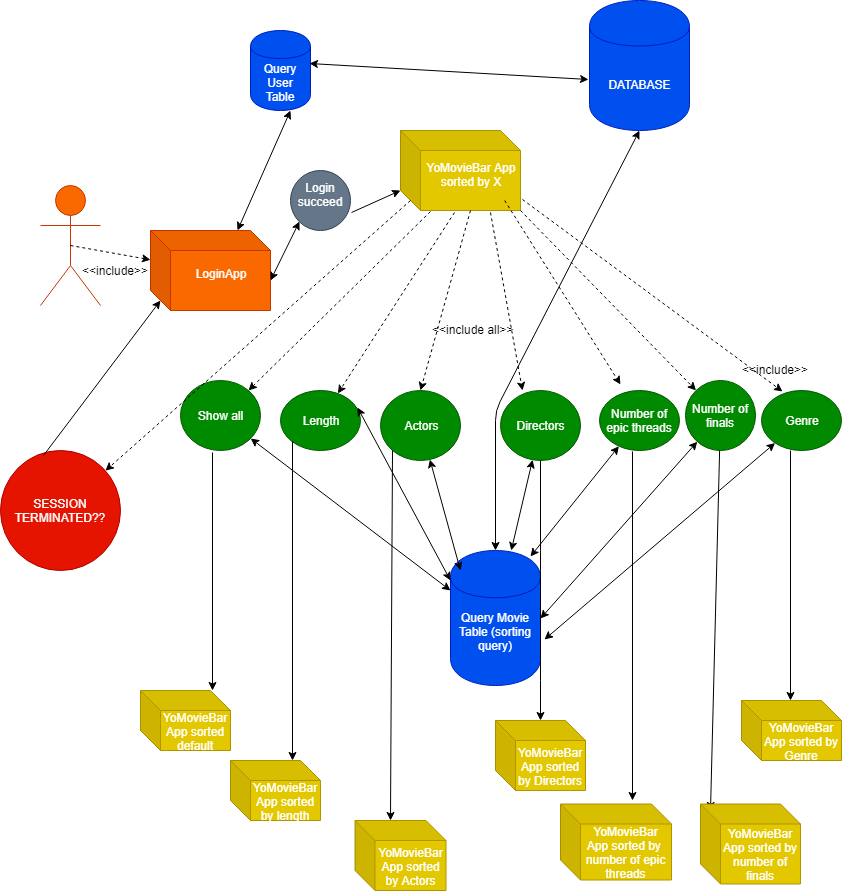
MarianCodrinCretu/Tehnologii-Web keeps this draw.io diagram as T2/UseCase/NavBarUseCase.png. Above is the earlier version. Source tidied: cells renumbered, new cells last; positions are measured from the earlier drawing's top-left corner, leaving out a move shared by most shapes. Its diagram source:
```xml
<mxGraphModel>
  <root>
    <mxCell id="0" />
    <mxCell id="1" parent="0" />
    <mxCell id="2" value="Actor" style="shape=umlActor;verticalLabelPosition=bottom;labelBackgroundColor=#ffffff;verticalAlign=top;html=1;outlineConnect=0;fillColor=#fa6800;strokeColor=#C73500;fontColor=#ffffff;" parent="1" vertex="1">
      <mxGeometry x="40" y="185" width="60" height="120" as="geometry" />
    </mxCell>
    <mxCell id="3" style="endArrow=classic;html=1;dashed=1;exitX=0.5;exitY=0.5;exitDx=0;exitDy=0;exitPerimeter=0;" parent="1" edge="1" source="2" target="4">
      <mxGeometry relative="1" as="geometry" />
    </mxCell>
    <mxCell id="4" value="LoginApp&lt;br&gt;&lt;br&gt;" style="shape=cube;whiteSpace=wrap;html=1;boundedLbl=1;backgroundOutline=1;darkOpacity=0.05;darkOpacity2=0.1;fillColor=#fa6800;strokeColor=#C73500;fontColor=#ffffff;" parent="1" vertex="1">
      <mxGeometry x="150" y="230" width="120" height="80" as="geometry" />
    </mxCell>
    <mxCell id="5" value="&amp;lt;&amp;lt;include&amp;gt;&amp;gt;&lt;br&gt;&lt;br&gt;" style="text;html=1;align=left;verticalAlign=top;spacingTop=-4;" parent="1" vertex="1">
      <mxGeometry x="80" y="261" width="80" height="30" as="geometry" />
    </mxCell>
    <mxCell id="6" value="Login succeed&lt;br&gt;&lt;br&gt;" style="ellipse;whiteSpace=wrap;html=1;fillColor=#647687;strokeColor=#314354;fontColor=#ffffff;" parent="1" vertex="1">
      <mxGeometry x="290" y="170" width="60" height="60" as="geometry" />
    </mxCell>
    <mxCell id="7" style="endArrow=classic;startArrow=classic;html=1;exitX=0;exitY=0;exitDx=120;exitDy=50;exitPerimeter=0;entryX=0;entryY=1;entryDx=0;entryDy=0;" parent="1" edge="1" source="4" target="6">
      <mxGeometry relative="1" as="geometry" />
    </mxCell>
    <mxCell id="8" style="endArrow=classic;html=1;entryX=0;entryY=0;entryDx=0;entryDy=60;entryPerimeter=0;exitX=1.015;exitY=0.706;exitDx=0;exitDy=0;exitPerimeter=0;" parent="1" edge="1" source="6" target="13">
      <mxGeometry relative="1" as="geometry" />
    </mxCell>
    <mxCell id="9" value="Query User Table" style="shape=cylinder;whiteSpace=wrap;html=1;boundedLbl=1;backgroundOutline=1;fillColor=#0050ef;strokeColor=#001DBC;fontColor=#ffffff;" parent="1" vertex="1">
      <mxGeometry x="250" y="30" width="60" height="80" as="geometry" />
    </mxCell>
    <mxCell id="10" style="endArrow=classic;startArrow=classic;html=1;" parent="1" edge="1">
      <mxGeometry relative="1" as="geometry">
        <mxPoint x="237" y="230" as="sourcePoint" />
        <mxPoint x="290" y="110" as="targetPoint" />
      </mxGeometry>
    </mxCell>
    <mxCell id="11" style="endArrow=classic;startArrow=classic;html=1;exitX=0.991;exitY=0.416;exitDx=0;exitDy=0;exitPerimeter=0;entryX=-0.01;entryY=0.61;entryDx=0;entryDy=0;entryPerimeter=0;" parent="1" edge="1" source="9" target="12">
      <mxGeometry relative="1" as="geometry" />
    </mxCell>
    <mxCell id="12" value="DATABASE" style="shape=cylinder;whiteSpace=wrap;html=1;boundedLbl=1;backgroundOutline=1;fillColor=#0050ef;strokeColor=#001DBC;fontColor=#ffffff;" parent="1" vertex="1">
      <mxGeometry x="589" width="100" height="130" as="geometry" />
    </mxCell>
    <mxCell id="13" value="YoMovieBar App&lt;br&gt;sorted by X&lt;br&gt;&lt;br&gt;" style="shape=cube;whiteSpace=wrap;html=1;boundedLbl=1;backgroundOutline=1;darkOpacity=0.05;darkOpacity2=0.1;fillColor=#e3c800;strokeColor=#B09500;fontColor=#ffffff;" parent="1" vertex="1">
      <mxGeometry x="400" y="130" width="120" height="80" as="geometry" />
    </mxCell>
    <mxCell id="14" value="Length" style="ellipse;whiteSpace=wrap;html=1;fillColor=#008a00;strokeColor=#005700;fontColor=#ffffff;" parent="1" vertex="1">
      <mxGeometry x="280" y="390" width="80" height="60" as="geometry" />
    </mxCell>
    <mxCell id="15" value="Actors" style="ellipse;whiteSpace=wrap;html=1;fillColor=#008a00;strokeColor=#005700;fontColor=#ffffff;" parent="1" vertex="1">
      <mxGeometry x="380" y="390" width="80" height="70" as="geometry" />
    </mxCell>
    <mxCell id="16" value="Directors" style="ellipse;whiteSpace=wrap;html=1;fillColor=#008a00;strokeColor=#005700;fontColor=#ffffff;" parent="1" vertex="1">
      <mxGeometry x="500" y="390" width="80" height="70" as="geometry" />
    </mxCell>
    <mxCell id="17" value="Number of epic threads" style="ellipse;whiteSpace=wrap;html=1;fillColor=#008a00;strokeColor=#005700;fontColor=#ffffff;" parent="1" vertex="1">
      <mxGeometry x="599" y="390" width="80" height="60" as="geometry" />
    </mxCell>
    <mxCell id="18" value="Number of finals" style="ellipse;whiteSpace=wrap;html=1;fillColor=#008a00;strokeColor=#005700;fontColor=#ffffff;" parent="1" vertex="1">
      <mxGeometry x="685" y="380" width="70" height="70" as="geometry" />
    </mxCell>
    <mxCell id="19" value="Genre" style="ellipse;whiteSpace=wrap;html=1;fillColor=#008a00;strokeColor=#005700;fontColor=#ffffff;" parent="1" vertex="1">
      <mxGeometry x="761" y="390" width="80" height="60" as="geometry" />
    </mxCell>
    <mxCell id="20" value="Show all" style="ellipse;whiteSpace=wrap;html=1;fillColor=#008a00;strokeColor=#005700;fontColor=#ffffff;" parent="1" vertex="1">
      <mxGeometry x="180" y="380" width="80" height="70" as="geometry" />
    </mxCell>
    <mxCell id="21" value="Query Movie Table (sorting query)&lt;br&gt;&lt;br&gt;" style="shape=cylinder;whiteSpace=wrap;html=1;boundedLbl=1;backgroundOutline=1;fillColor=#0050ef;strokeColor=#001DBC;fontColor=#ffffff;" parent="1" vertex="1">
      <mxGeometry x="450" y="550" width="90" height="135" as="geometry" />
    </mxCell>
    <mxCell id="22" style="endArrow=classic;html=1;exitX=0.252;exitY=1.011;exitDx=0;exitDy=0;exitPerimeter=0;entryX=1;entryY=0;entryDx=0;entryDy=0;dashed=1;" parent="1" edge="1" source="13" target="20">
      <mxGeometry relative="1" as="geometry" />
    </mxCell>
    <mxCell id="23" style="endArrow=classic;html=1;exitX=0.452;exitY=1.03;exitDx=0;exitDy=0;exitPerimeter=0;dashed=1;" parent="1" edge="1" source="13" target="14">
      <mxGeometry relative="1" as="geometry" />
    </mxCell>
    <mxCell id="24" style="endArrow=classic;html=1;exitX=0;exitY=0;exitDx=70;exitDy=80;exitPerimeter=0;entryX=0.5;entryY=0;entryDx=0;entryDy=0;dashed=1;" parent="1" edge="1" source="13" target="15">
      <mxGeometry relative="1" as="geometry" />
    </mxCell>
    <mxCell id="25" style="endArrow=classic;html=1;exitX=0.748;exitY=1.02;exitDx=0;exitDy=0;exitPerimeter=0;entryX=0.277;entryY=-0.005;entryDx=0;entryDy=0;entryPerimeter=0;dashed=1;" parent="1" edge="1" source="13" target="16">
      <mxGeometry relative="1" as="geometry" />
    </mxCell>
    <mxCell id="26" style="endArrow=classic;html=1;entryX=0.261;entryY=0.068;entryDx=0;entryDy=0;entryPerimeter=0;dashed=1;" parent="1" edge="1">
      <mxGeometry relative="1" as="geometry">
        <mxPoint x="504.2" y="200" as="sourcePoint" />
        <mxPoint x="620" y="384" as="targetPoint" />
      </mxGeometry>
    </mxCell>
    <mxCell id="27" style="endArrow=classic;html=1;exitX=1;exitY=1;exitDx=0;exitDy=0;exitPerimeter=0;dashed=1;" parent="1" edge="1" source="13" target="18">
      <mxGeometry relative="1" as="geometry" />
    </mxCell>
    <mxCell id="28" style="endArrow=classic;html=1;exitX=1.015;exitY=0.857;exitDx=0;exitDy=0;exitPerimeter=0;entryX=0.264;entryY=0.023;entryDx=0;entryDy=0;entryPerimeter=0;dashed=1;" parent="1" edge="1" source="13" target="19">
      <mxGeometry relative="1" as="geometry" />
    </mxCell>
    <mxCell id="29" style="endArrow=classic;startArrow=classic;html=1;exitX=0.5;exitY=1;exitDx=0;exitDy=0;" parent="1" edge="1" source="12" target="21">
      <mxGeometry relative="1" as="geometry">
        <Array as="points">
          <mxPoint x="495" y="410" />
        </Array>
      </mxGeometry>
    </mxCell>
    <mxCell id="30" value="&amp;lt;&amp;lt;include all&amp;gt;&amp;gt;" style="text;html=1;align=left;verticalAlign=top;spacingTop=-4;" parent="1" vertex="1">
      <mxGeometry x="430" y="320" width="100" height="20" as="geometry" />
    </mxCell>
    <mxCell id="31" value="&amp;lt;&amp;lt;include&amp;gt;&amp;gt;" style="text;html=1;align=left;verticalAlign=top;spacingTop=-4;" parent="1" vertex="1">
      <mxGeometry x="740" y="360" width="80" height="20" as="geometry" />
    </mxCell>
    <mxCell id="32" style="endArrow=classic;html=1;dashed=1;exitX=0;exitY=0;exitDx=10;exitDy=70;exitPerimeter=0;" parent="1" edge="1" source="13" target="33">
      <mxGeometry relative="1" as="geometry" />
    </mxCell>
    <mxCell id="33" value="SESSION TERMINATED??" style="ellipse;whiteSpace=wrap;html=1;fillColor=#e51400;strokeColor=#B20000;fontColor=#ffffff;" parent="1" vertex="1">
      <mxGeometry y="450" width="120" height="120" as="geometry" />
    </mxCell>
    <mxCell id="34" style="endArrow=classic;html=1;exitX=0.355;exitY=0.038;exitDx=0;exitDy=0;exitPerimeter=0;entryX=0;entryY=0;entryDx=10;entryDy=70;entryPerimeter=0;" parent="1" edge="1" source="33" target="4">
      <mxGeometry relative="1" as="geometry" />
    </mxCell>
    <mxCell id="35" style="endArrow=classic;startArrow=classic;html=1;" parent="1" edge="1" source="20">
      <mxGeometry relative="1" as="geometry">
        <mxPoint x="450" y="590" as="targetPoint" />
      </mxGeometry>
    </mxCell>
    <mxCell id="36" style="endArrow=classic;startArrow=classic;html=1;exitX=0.968;exitY=0.288;exitDx=0;exitDy=0;exitPerimeter=0;" parent="1" edge="1" source="14">
      <mxGeometry relative="1" as="geometry">
        <mxPoint x="450" y="580" as="targetPoint" />
      </mxGeometry>
    </mxCell>
    <mxCell id="37" style="endArrow=classic;startArrow=classic;html=1;" parent="1" edge="1" source="15">
      <mxGeometry relative="1" as="geometry">
        <mxPoint x="460" y="570" as="targetPoint" />
      </mxGeometry>
    </mxCell>
    <mxCell id="38" style="endArrow=classic;startArrow=classic;html=1;" parent="1" edge="1" source="16" target="21">
      <mxGeometry relative="1" as="geometry" />
    </mxCell>
    <mxCell id="39" style="endArrow=classic;startArrow=classic;html=1;entryX=0.889;entryY=0.043;entryDx=0;entryDy=0;entryPerimeter=0;" parent="1" edge="1" source="17" target="21">
      <mxGeometry relative="1" as="geometry" />
    </mxCell>
    <mxCell id="40" style="endArrow=classic;startArrow=classic;html=1;entryX=1;entryY=0.5;entryDx=0;entryDy=0;" parent="1" edge="1" source="18" target="21">
      <mxGeometry relative="1" as="geometry" />
    </mxCell>
    <mxCell id="41" style="endArrow=classic;startArrow=classic;html=1;entryX=1.04;entryY=0.656;entryDx=0;entryDy=0;entryPerimeter=0;" parent="1" edge="1" source="19" target="21">
      <mxGeometry relative="1" as="geometry" />
    </mxCell>
    <mxCell id="42" style="endArrow=classic;html=1;exitX=0.4;exitY=1.023;exitDx=0;exitDy=0;exitPerimeter=0;" parent="1" edge="1" source="20">
      <mxGeometry relative="1" as="geometry">
        <mxPoint x="212" y="690" as="targetPoint" />
      </mxGeometry>
    </mxCell>
    <mxCell id="43" style="endArrow=classic;html=1;exitX=0;exitY=1;exitDx=0;exitDy=0;" parent="1" edge="1" source="14">
      <mxGeometry relative="1" as="geometry">
        <mxPoint x="292" y="760" as="targetPoint" />
      </mxGeometry>
    </mxCell>
    <mxCell id="44" style="endArrow=classic;html=1;exitX=0;exitY=1;exitDx=0;exitDy=0;entryX=0;entryY=0;entryDx=35.5;entryDy=0;entryPerimeter=0;" parent="1" edge="1" source="15" target="54">
      <mxGeometry relative="1" as="geometry" />
    </mxCell>
    <mxCell id="45" style="endArrow=classic;html=1;exitX=0.5;exitY=1;exitDx=0;exitDy=0;" parent="1" edge="1" source="16">
      <mxGeometry relative="1" as="geometry">
        <mxPoint x="540" y="720" as="targetPoint" />
        <Array as="points">
          <mxPoint x="540" y="560" />
          <mxPoint x="540" y="670" />
        </Array>
      </mxGeometry>
    </mxCell>
    <mxCell id="46" style="endArrow=classic;html=1;exitX=0.408;exitY=1.015;exitDx=0;exitDy=0;exitPerimeter=0;" parent="1" edge="1" source="17">
      <mxGeometry relative="1" as="geometry">
        <mxPoint x="632" y="800" as="targetPoint" />
      </mxGeometry>
    </mxCell>
    <mxCell id="47" style="endArrow=classic;html=1;" parent="1" edge="1" source="18">
      <mxGeometry relative="1" as="geometry">
        <mxPoint x="710" y="810" as="targetPoint" />
      </mxGeometry>
    </mxCell>
    <mxCell id="48" style="endArrow=classic;html=1;exitX=0.363;exitY=1;exitDx=0;exitDy=0;exitPerimeter=0;" parent="1" edge="1" source="19">
      <mxGeometry relative="1" as="geometry">
        <mxPoint x="790" y="700" as="targetPoint" />
      </mxGeometry>
    </mxCell>
    <mxCell id="49" value="YoMovieBar App sorted default" style="shape=cube;whiteSpace=wrap;html=1;boundedLbl=1;backgroundOutline=1;darkOpacity=0.05;darkOpacity2=0.1;fillColor=#e3c800;strokeColor=#B09500;fontColor=#ffffff;" parent="1" vertex="1">
      <mxGeometry x="140" y="690" width="90" height="60" as="geometry" />
    </mxCell>
    <mxCell id="50" value="&lt;span&gt;YoMovieBar App sorted by number of finals&lt;/span&gt;" style="shape=cube;whiteSpace=wrap;html=1;boundedLbl=1;backgroundOutline=1;darkOpacity=0.05;darkOpacity2=0.1;fillColor=#e3c800;strokeColor=#B09500;fontColor=#ffffff;" parent="1" vertex="1">
      <mxGeometry x="700" y="803.5" width="100" height="80" as="geometry" />
    </mxCell>
    <mxCell id="51" value="&lt;span&gt;YoMovieBar App sorted by length&lt;/span&gt;" style="shape=cube;whiteSpace=wrap;html=1;boundedLbl=1;backgroundOutline=1;darkOpacity=0.05;darkOpacity2=0.1;fillColor=#e3c800;strokeColor=#B09500;fontColor=#ffffff;" parent="1" vertex="1">
      <mxGeometry x="230" y="760" width="90" height="60" as="geometry" />
    </mxCell>
    <mxCell id="52" value="&lt;span&gt;YoMovieBar App sorted by&amp;nbsp; number of epic threads&lt;/span&gt;" style="shape=cube;whiteSpace=wrap;html=1;boundedLbl=1;backgroundOutline=1;darkOpacity=0.05;darkOpacity2=0.1;fillColor=#e3c800;strokeColor=#B09500;fontColor=#ffffff;" parent="1" vertex="1">
      <mxGeometry x="560" y="803.5" width="111" height="76" as="geometry" />
    </mxCell>
    <mxCell id="53" value="&lt;span&gt;YoMovieBar App sorted by Directors&lt;/span&gt;" style="shape=cube;whiteSpace=wrap;html=1;boundedLbl=1;backgroundOutline=1;darkOpacity=0.05;darkOpacity2=0.1;fillColor=#e3c800;strokeColor=#B09500;fontColor=#ffffff;" parent="1" vertex="1">
      <mxGeometry x="495" y="720" width="90" height="70" as="geometry" />
    </mxCell>
    <mxCell id="54" value="&lt;span&gt;YoMovieBar App sorted by Actors&lt;/span&gt;" style="shape=cube;whiteSpace=wrap;html=1;boundedLbl=1;backgroundOutline=1;darkOpacity=0.05;darkOpacity2=0.1;fillColor=#e3c800;strokeColor=#B09500;fontColor=#ffffff;" parent="1" vertex="1">
      <mxGeometry x="354.5" y="820" width="91" height="70" as="geometry" />
    </mxCell>
    <mxCell id="55" value="&lt;span&gt;YoMovieBar App sorted by Genre&lt;/span&gt;" style="shape=cube;whiteSpace=wrap;html=1;boundedLbl=1;backgroundOutline=1;darkOpacity=0.05;darkOpacity2=0.1;fillColor=#e3c800;strokeColor=#B09500;fontColor=#ffffff;" parent="1" vertex="1">
      <mxGeometry x="741" y="700" width="100" height="60" as="geometry" />
    </mxCell>
  </root>
</mxGraphModel>
```
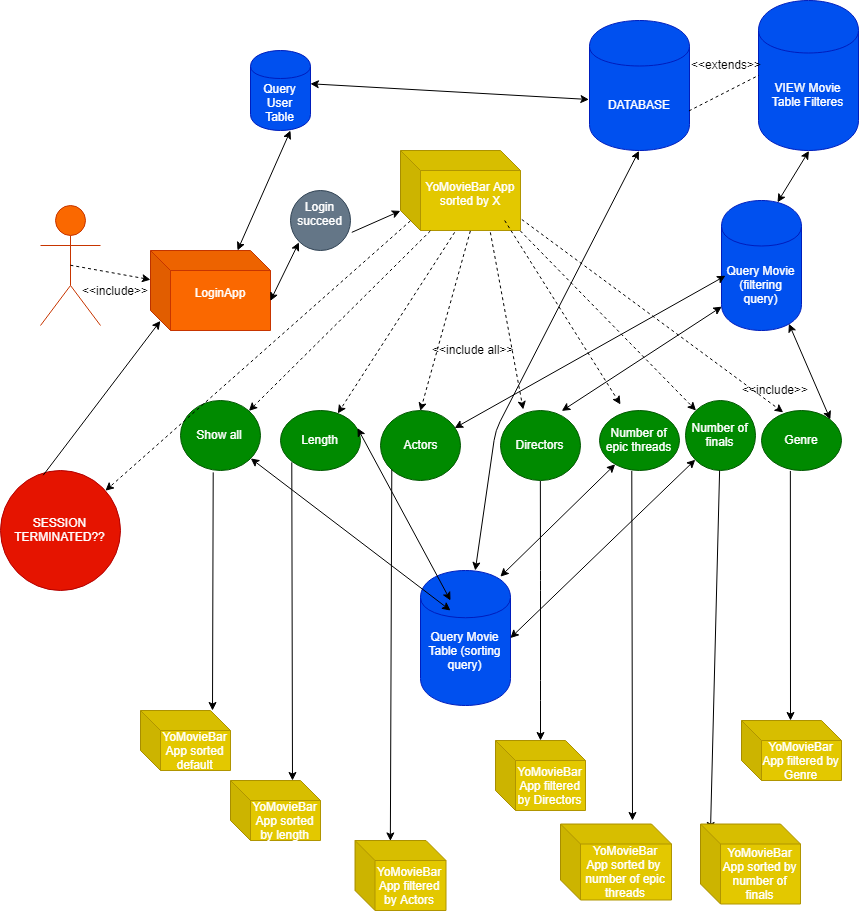
The same file after the commit.

Commit message:
Modificari UseCase 2

What changed in the source:
```diff
@@ -63,7 +63,7 @@
       <mxGeometry x="180" y="380" width="80" height="70" as="geometry" />
     </mxCell>
     <mxCell id="21" value="Query Movie Table (sorting query)&lt;br&gt;&lt;br&gt;" style="shape=cylinder;whiteSpace=wrap;html=1;boundedLbl=1;backgroundOutline=1;fillColor=#0050ef;strokeColor=#001DBC;fontColor=#ffffff;" parent="1" vertex="1">
-      <mxGeometry x="450" y="550" width="90" height="135" as="geometry" />
+      <mxGeometry x="420" y="550" width="90" height="135" as="geometry" />
     </mxCell>
     <mxCell id="22" style="endArrow=classic;html=1;exitX=0.252;exitY=1.011;exitDx=0;exitDy=0;exitPerimeter=0;entryX=1;entryY=0;entryDx=0;entryDy=0;dashed=1;" parent="1" edge="1" source="13" target="20">
       <mxGeometry relative="1" as="geometry" />
@@ -121,23 +121,12 @@
         <mxPoint x="450" y="580" as="targetPoint" />
       </mxGeometry>
     </mxCell>
-    <mxCell id="37" style="endArrow=classic;startArrow=classic;html=1;" parent="1" edge="1" source="15">
-      <mxGeometry relative="1" as="geometry">
-        <mxPoint x="460" y="570" as="targetPoint" />
-      </mxGeometry>
-    </mxCell>
-    <mxCell id="38" style="endArrow=classic;startArrow=classic;html=1;" parent="1" edge="1" source="16" target="21">
-      <mxGeometry relative="1" as="geometry" />
-    </mxCell>
     <mxCell id="39" style="endArrow=classic;startArrow=classic;html=1;entryX=0.889;entryY=0.043;entryDx=0;entryDy=0;entryPerimeter=0;" parent="1" edge="1" source="17" target="21">
       <mxGeometry relative="1" as="geometry" />
     </mxCell>
     <mxCell id="40" style="endArrow=classic;startArrow=classic;html=1;entryX=1;entryY=0.5;entryDx=0;entryDy=0;" parent="1" edge="1" source="18" target="21">
       <mxGeometry relative="1" as="geometry" />
     </mxCell>
-    <mxCell id="41" style="endArrow=classic;startArrow=classic;html=1;entryX=1.04;entryY=0.656;entryDx=0;entryDy=0;entryPerimeter=0;" parent="1" edge="1" source="19" target="21">
-      <mxGeometry relative="1" as="geometry" />
-    </mxCell>
     <mxCell id="42" style="endArrow=classic;html=1;exitX=0.4;exitY=1.023;exitDx=0;exitDy=0;exitPerimeter=0;" parent="1" edge="1" source="20">
       <mxGeometry relative="1" as="geometry">
         <mxPoint x="212" y="690" as="targetPoint" />
@@ -187,14 +176,40 @@
     <mxCell id="52" value="&lt;span&gt;YoMovieBar App sorted by&amp;nbsp; number of epic threads&lt;/span&gt;" style="shape=cube;whiteSpace=wrap;html=1;boundedLbl=1;backgroundOutline=1;darkOpacity=0.05;darkOpacity2=0.1;fillColor=#e3c800;strokeColor=#B09500;fontColor=#ffffff;" parent="1" vertex="1">
       <mxGeometry x="560" y="803.5" width="111" height="76" as="geometry" />
     </mxCell>
-    <mxCell id="53" value="&lt;span&gt;YoMovieBar App sorted by Directors&lt;/span&gt;" style="shape=cube;whiteSpace=wrap;html=1;boundedLbl=1;backgroundOutline=1;darkOpacity=0.05;darkOpacity2=0.1;fillColor=#e3c800;strokeColor=#B09500;fontColor=#ffffff;" parent="1" vertex="1">
+    <mxCell id="53" value="&lt;span&gt;YoMovieBar App filtered by Directors&lt;/span&gt;" style="shape=cube;whiteSpace=wrap;html=1;boundedLbl=1;backgroundOutline=1;darkOpacity=0.05;darkOpacity2=0.1;fillColor=#e3c800;strokeColor=#B09500;fontColor=#ffffff;" parent="1" vertex="1">
       <mxGeometry x="495" y="720" width="90" height="70" as="geometry" />
     </mxCell>
-    <mxCell id="54" value="&lt;span&gt;YoMovieBar App sorted by Actors&lt;/span&gt;" style="shape=cube;whiteSpace=wrap;html=1;boundedLbl=1;backgroundOutline=1;darkOpacity=0.05;darkOpacity2=0.1;fillColor=#e3c800;strokeColor=#B09500;fontColor=#ffffff;" parent="1" vertex="1">
+    <mxCell id="54" value="&lt;span&gt;YoMovieBar App filtered by Actors&lt;/span&gt;" style="shape=cube;whiteSpace=wrap;html=1;boundedLbl=1;backgroundOutline=1;darkOpacity=0.05;darkOpacity2=0.1;fillColor=#e3c800;strokeColor=#B09500;fontColor=#ffffff;" parent="1" vertex="1">
       <mxGeometry x="354.5" y="820" width="91" height="70" as="geometry" />
     </mxCell>
-    <mxCell id="55" value="&lt;span&gt;YoMovieBar App sorted by Genre&lt;/span&gt;" style="shape=cube;whiteSpace=wrap;html=1;boundedLbl=1;backgroundOutline=1;darkOpacity=0.05;darkOpacity2=0.1;fillColor=#e3c800;strokeColor=#B09500;fontColor=#ffffff;" parent="1" vertex="1">
+    <mxCell id="55" value="&lt;span&gt;YoMovieBar App filtered by Genre&lt;/span&gt;" style="shape=cube;whiteSpace=wrap;html=1;boundedLbl=1;backgroundOutline=1;darkOpacity=0.05;darkOpacity2=0.1;fillColor=#e3c800;strokeColor=#B09500;fontColor=#ffffff;" parent="1" vertex="1">
       <mxGeometry x="741" y="700" width="100" height="60" as="geometry" />
     </mxCell>
+    <mxCell id="56" value="Query Movie (filtering query)" style="shape=cylinder;whiteSpace=wrap;html=1;boundedLbl=1;backgroundOutline=1;fillColor=#0050ef;strokeColor=#001DBC;fontColor=#ffffff;" parent="1" vertex="1">
+      <mxGeometry x="721" y="180" width="80" height="130" as="geometry" />
+    </mxCell>
+    <mxCell id="57" style="endArrow=classic;startArrow=classic;html=1;exitX=0.927;exitY=0.247;exitDx=0;exitDy=0;exitPerimeter=0;" parent="1" edge="1" source="15">
+      <mxGeometry relative="1" as="geometry">
+        <mxPoint x="725" y="255.2" as="targetPoint" />
+      </mxGeometry>
+    </mxCell>
+    <mxCell id="58" style="endArrow=classic;startArrow=classic;html=1;entryX=0.01;entryY=0.82;entryDx=0;entryDy=0;entryPerimeter=0;exitX=0.764;exitY=0.008;exitDx=0;exitDy=0;exitPerimeter=0;" parent="1" edge="1" source="16" target="56">
+      <mxGeometry relative="1" as="geometry" />
+    </mxCell>
+    <mxCell id="59" style="endArrow=classic;startArrow=classic;html=1;entryX=0.85;entryY=0.95;entryDx=0;entryDy=0;entryPerimeter=0;exitX=1;exitY=0;exitDx=0;exitDy=0;" parent="1" edge="1" source="19" target="56">
+      <mxGeometry relative="1" as="geometry" />
+    </mxCell>
+    <mxCell id="60" value="VIEW Movie Table Filteres" style="shape=cylinder;whiteSpace=wrap;html=1;boundedLbl=1;backgroundOutline=1;fillColor=#0050ef;strokeColor=#001DBC;fontColor=#ffffff;" parent="1" vertex="1">
+      <mxGeometry x="758" y="-20" width="100" height="150" as="geometry" />
+    </mxCell>
+    <mxCell id="61" style="endArrow=classic;startArrow=classic;html=1;exitX=0.695;exitY=0.014;exitDx=0;exitDy=0;exitPerimeter=0;entryX=0.5;entryY=1;entryDx=0;entryDy=0;" parent="1" edge="1" source="56" target="60">
+      <mxGeometry relative="1" as="geometry" />
+    </mxCell>
+    <mxCell id="62" style="endArrow=none;dashed=1;html=1;exitX=1;exitY=0.7;exitDx=0;exitDy=0;entryX=0;entryY=0.5;entryDx=0;entryDy=0;" parent="1" edge="1" source="12" target="60">
+      <mxGeometry relative="1" as="geometry" />
+    </mxCell>
+    <mxCell id="63" value="&amp;lt;&amp;lt;extends&amp;gt;&amp;gt;" style="text;html=1;align=left;verticalAlign=top;spacingTop=-4;" parent="1" vertex="1">
+      <mxGeometry x="689" y="35" width="90" height="20" as="geometry" />
+    </mxCell>
   </root>
 </mxGraphModel>
```
